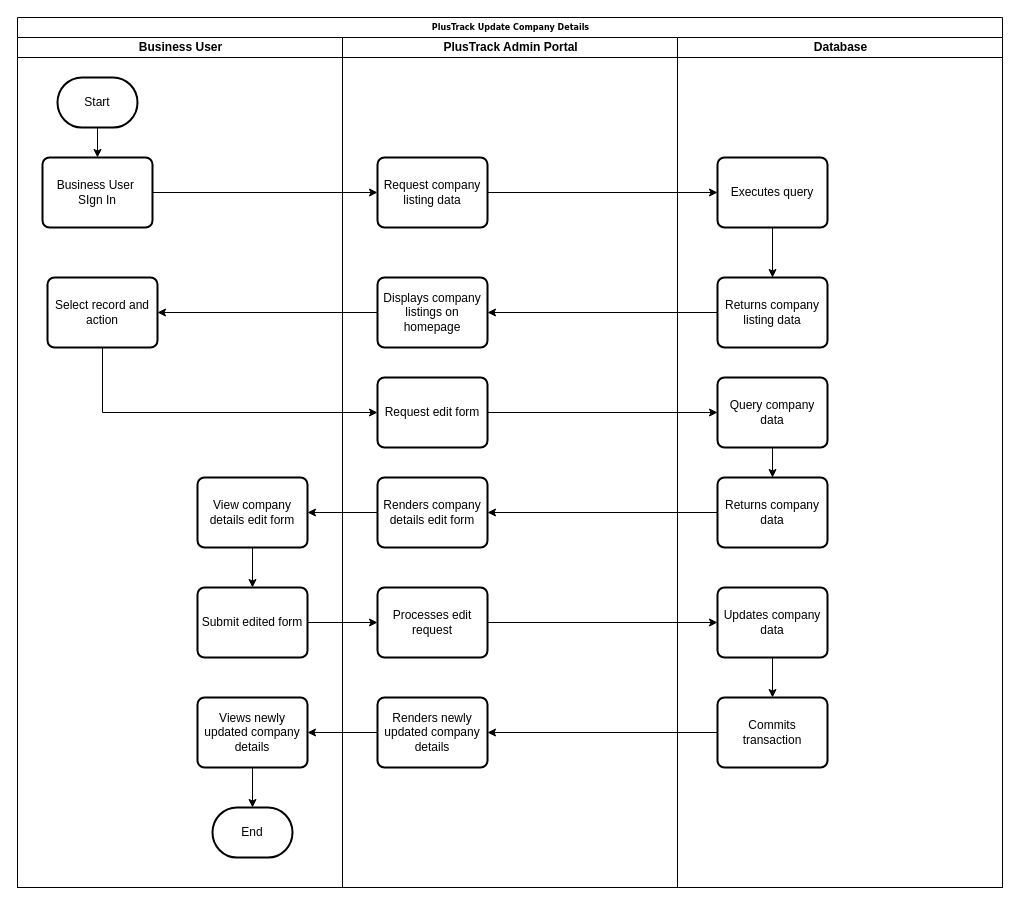
Before: page "PLUSTrack Update Company Details" (6 of 8) of Untitled Diagram.drawio in Marcus-141/DrawIOFiles, a draw.io diagram. Source tidied: cells renumbered, new cells numbered last; positions are measured from the earlier drawing's top-left corner, leaving out a move shared by most shapes. Both pictures are drawn from the tidied source at 100%, with x=0, y=0 at pixel (17, 17).
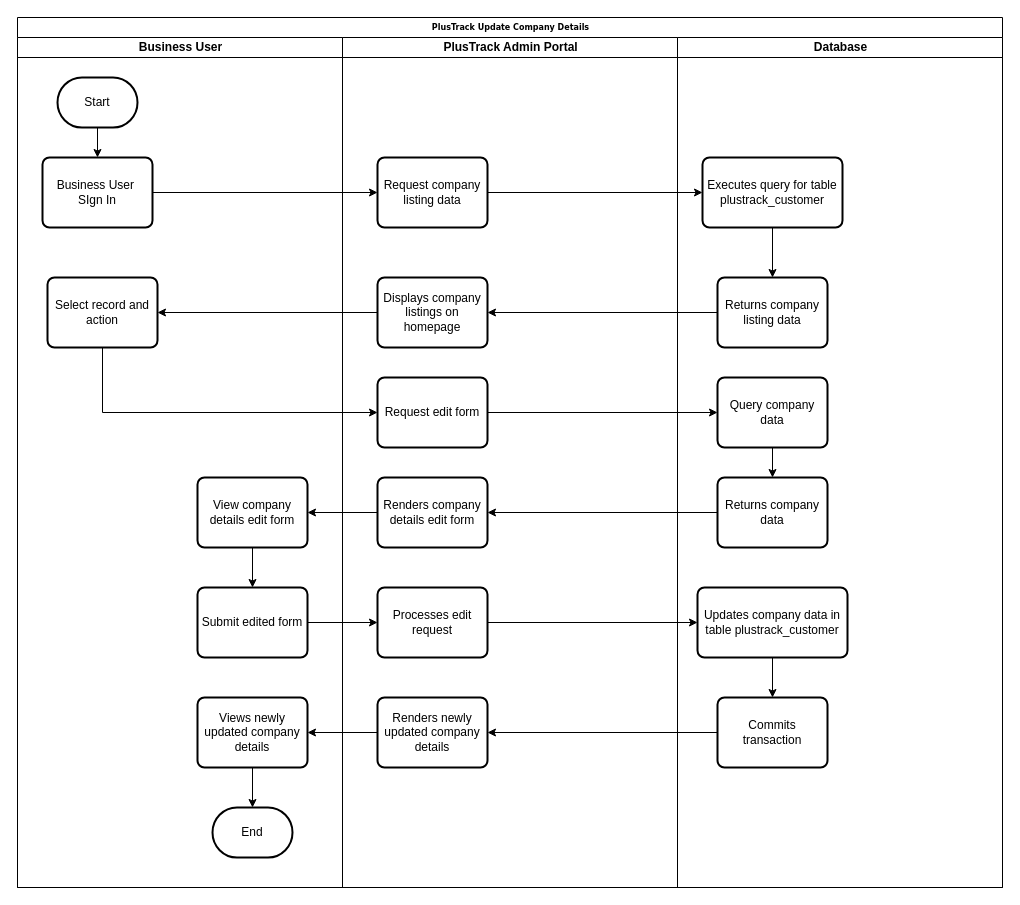
After the change.

Unchanged cells that the change refers to:
```xml
<mxCell id="11" value="Database" style="swimlane;html=1;startSize=20;" parent="2" vertex="1">
  <mxGeometry x="660" y="20" width="325" height="850" as="geometry" />
</mxCell>
```

Diff of the diagram source:
```diff
@@
-    <mxCell id="13" value="Executes query" style="rounded=1;whiteSpace=wrap;html=1;absoluteArcSize=1;arcSize=14;strokeWidth=2;" parent="11" vertex="1">
-      <mxGeometry x="40" y="120" width="110" height="70" as="geometry" />
+    <mxCell id="13" value="Executes query for table plustrack_customer" style="rounded=1;whiteSpace=wrap;html=1;absoluteArcSize=1;arcSize=14;strokeWidth=2;" parent="11" vertex="1">
+      <mxGeometry x="25" y="120" width="140" height="70" as="geometry" />
     </mxCell>
@@
-    <mxCell id="29" value="Updates company data" style="rounded=1;whiteSpace=wrap;html=1;absoluteArcSize=1;arcSize=14;strokeWidth=2;" parent="11" vertex="1">
-      <mxGeometry x="40" y="550" width="110" height="70" as="geometry" />
+    <mxCell id="29" value="Updates company data in table plustrack_customer" style="rounded=1;whiteSpace=wrap;html=1;absoluteArcSize=1;arcSize=14;strokeWidth=2;" parent="11" vertex="1">
+      <mxGeometry x="20" y="550" width="150" height="70" as="geometry" />
     </mxCell>
```
